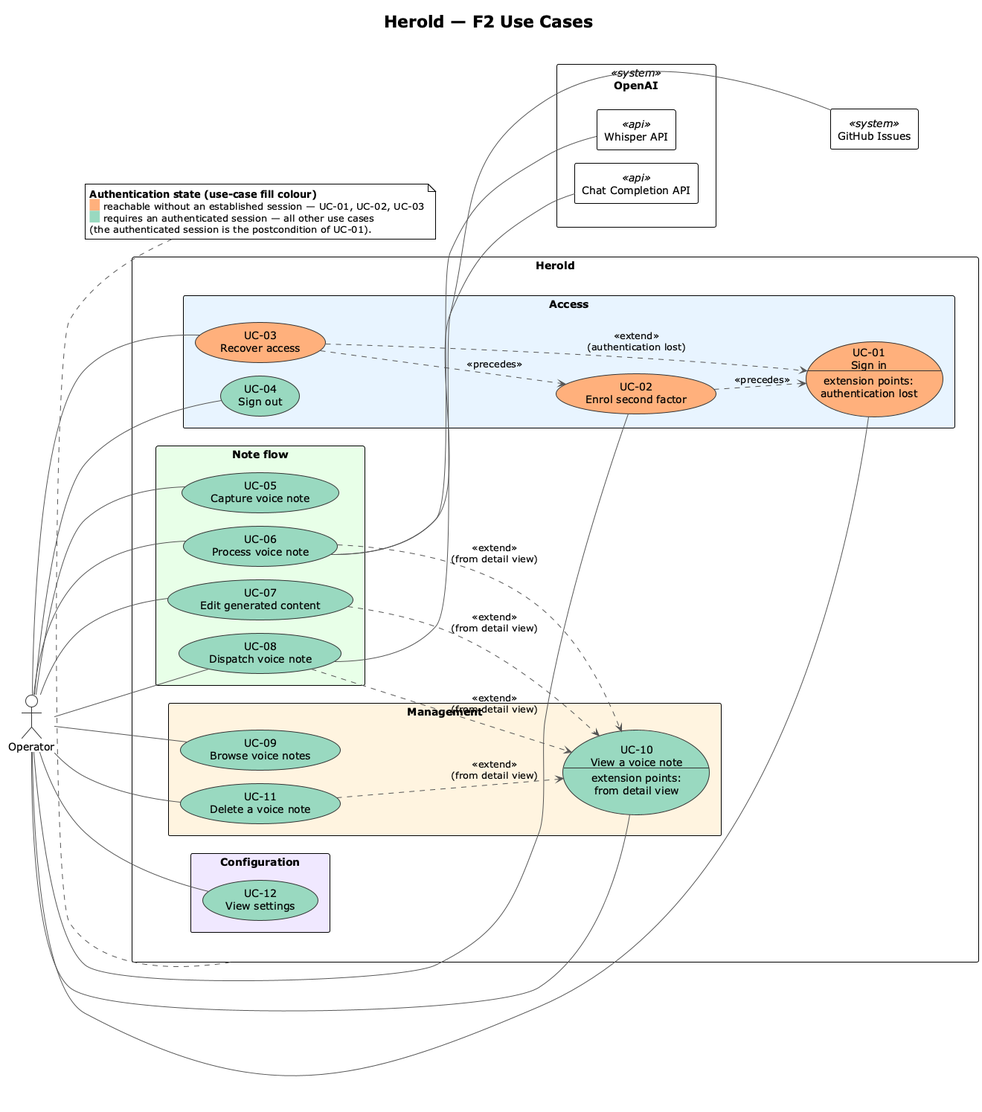
The PlantUML diagram docs/spec/diagrams-png/f2-use-cases.png in carstenlucke/herold, before a commit.
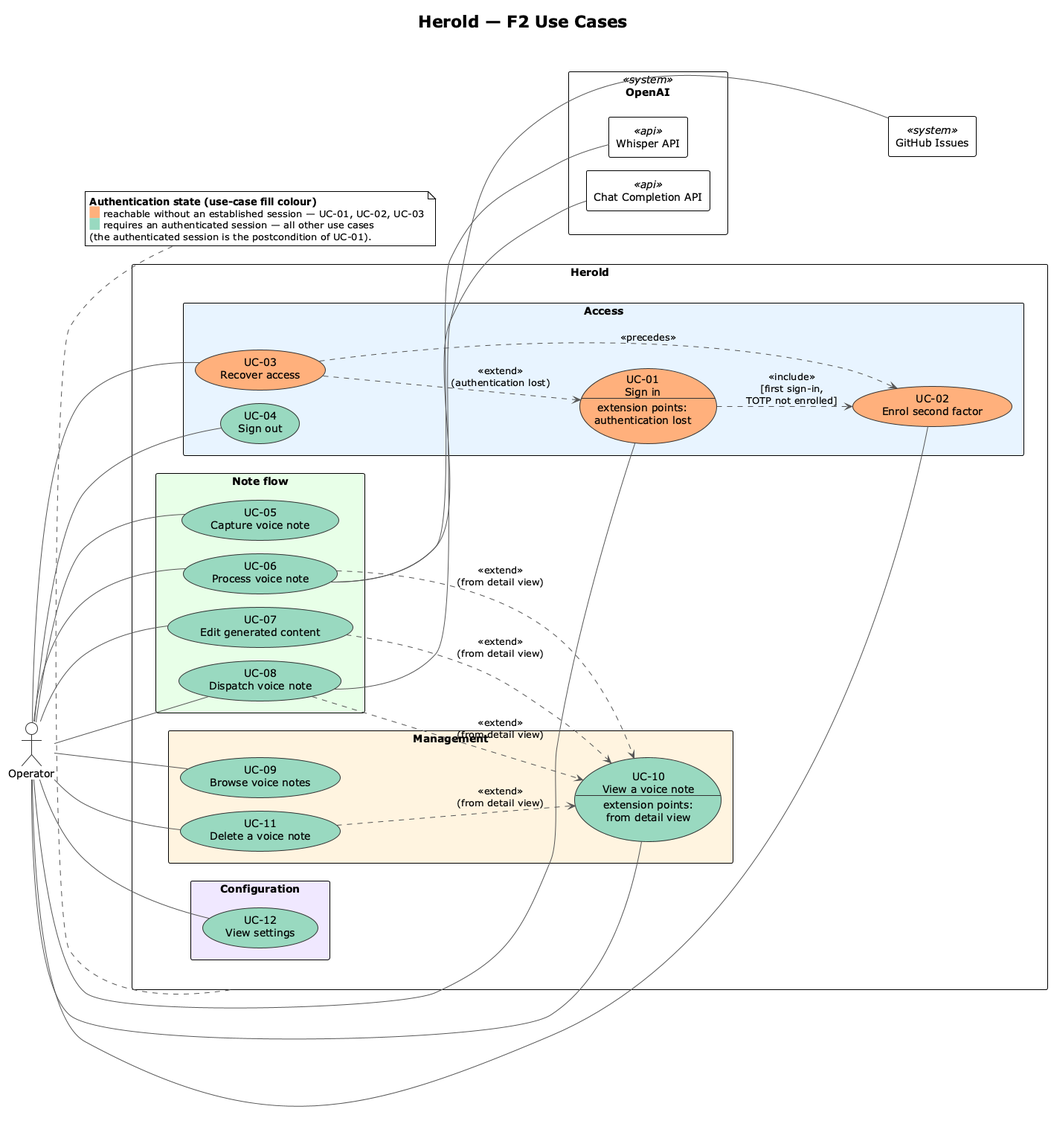
After the commit.

Commit message:
docs(spec): model UC-01 -> UC-02 as guarded include

The first sign-in enrols the second factor inline (UC-01 main scenario
step 4), so the diagram now shows UC-01 ..> UC-02 as <<include>> with
the guard "[first sign-in, TOTP not enrolled]". The remaining
<<precedes>> from UC-03 to UC-02 (re-enrolment after recovery) stays.

What changed in the source:
```diff
@@ -72,7 +72,7 @@
 
 UC03 ..> UC01 : <<extend>>\n(authentication lost)
 
-UC02 ..> UC01 : <<precedes>>
+UC01 ..> UC02 : <<include>>\n[first sign-in,\nTOTP not enrolled]
 UC03 ..> UC02 : <<precedes>>
 
 OPENAI -[hidden]down- GH
```
